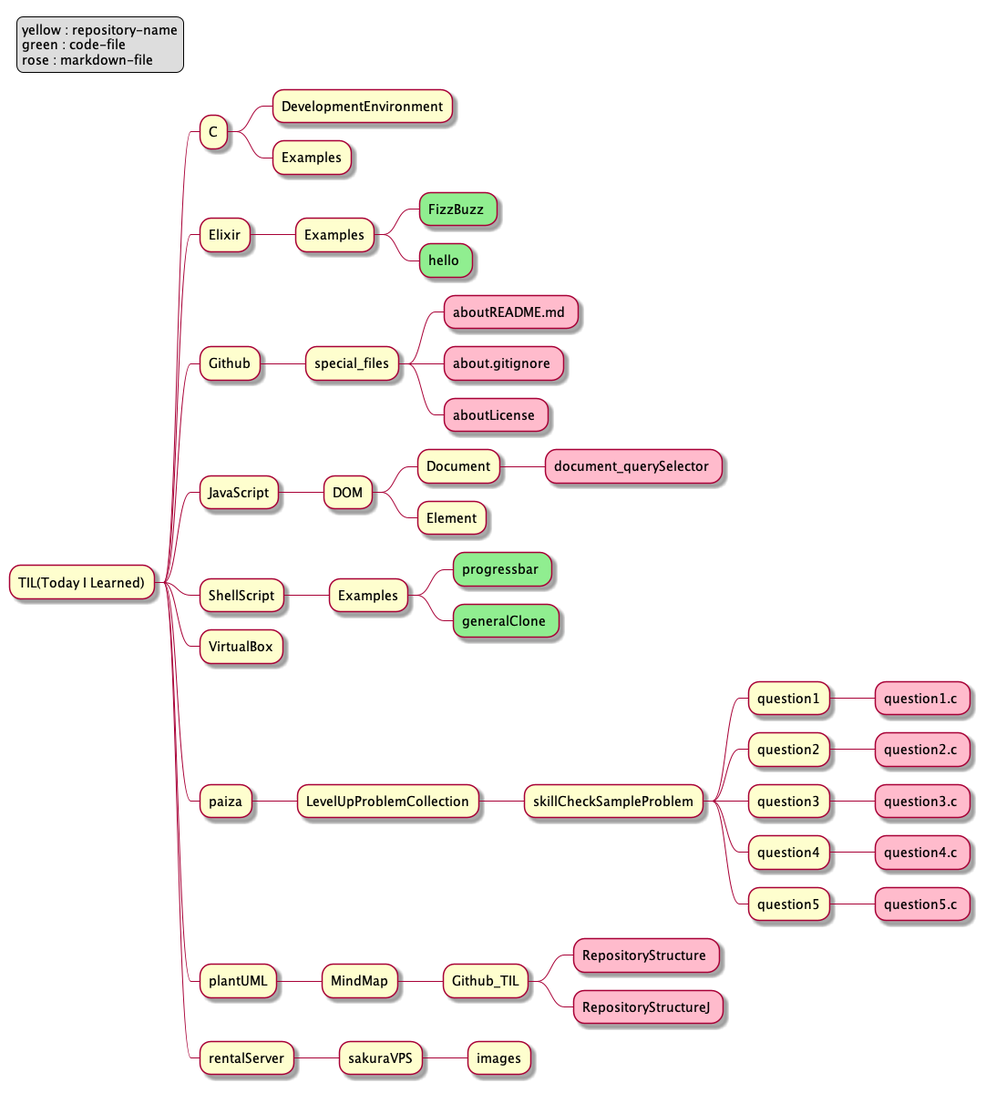
sudo-roa/TIL keeps this PlantUML diagram as RepositoryStructure.png. Above is the earlier version.
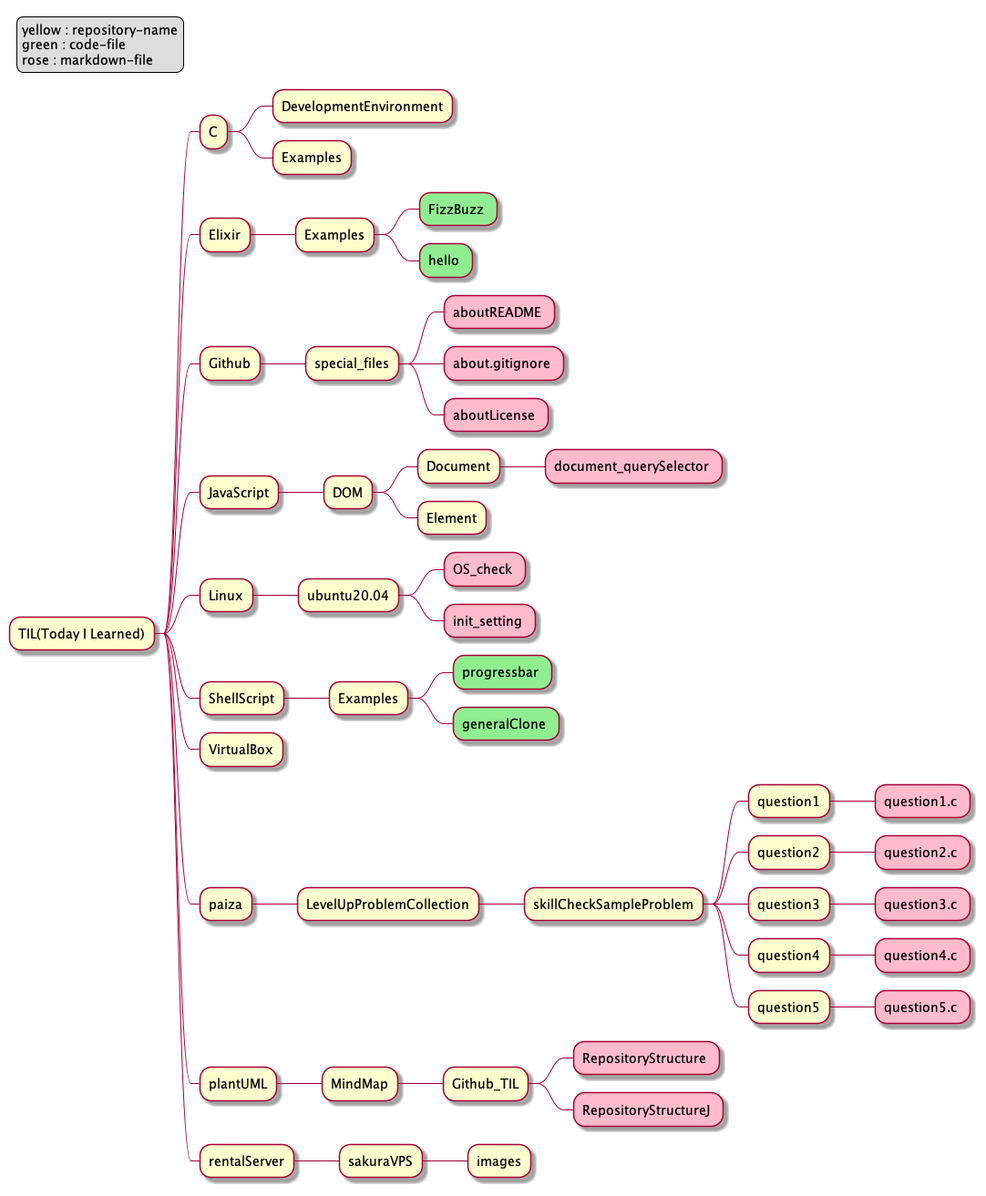
Above is the later version.

Commit message:
update repository structure

Diff of the diagram source:
```diff
@@ -23,7 +23,7 @@
 
 ** Github
 *** special_files
-**** aboutREADME.md <<rose>>
+**** aboutREADME <<rose>>
 **** about.gitignore <<rose>>
 **** aboutLicense <<rose>>
 
@@ -32,6 +32,11 @@
 **** Document
 ***** document_querySelector <<rose>>
 **** Element
+
+** Linux
+*** ubuntu20.04
+**** OS_check <<rose>>
+**** init_setting <<rose>>
 
 ** ShellScript
 *** Examples
```
